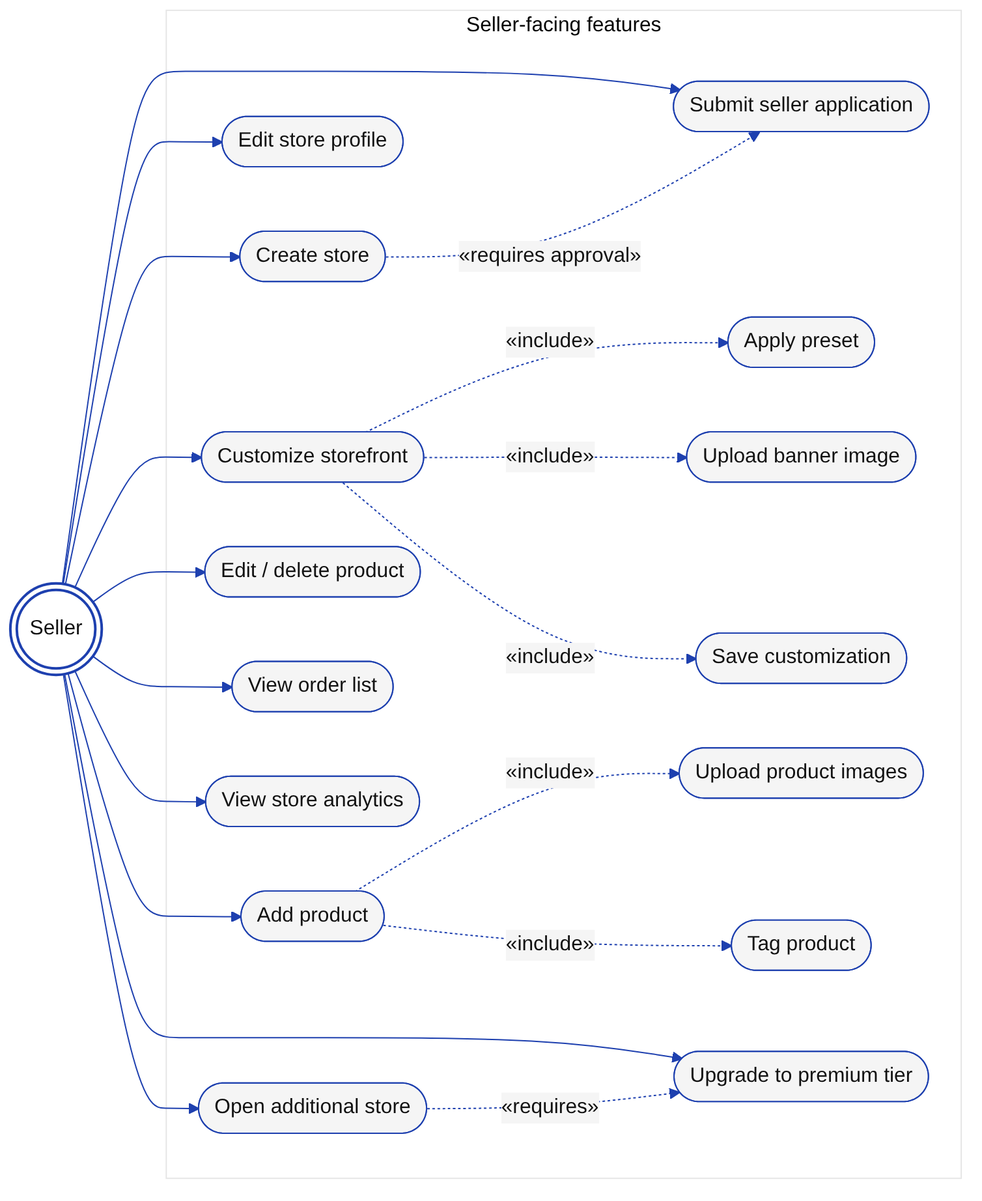
This is images/uc-seller.png from NadimJebali/Pfe-rapport, a Mermaid export, as it was before one commit. Its source is kept beside it as diagrams/uc-seller.mmd.
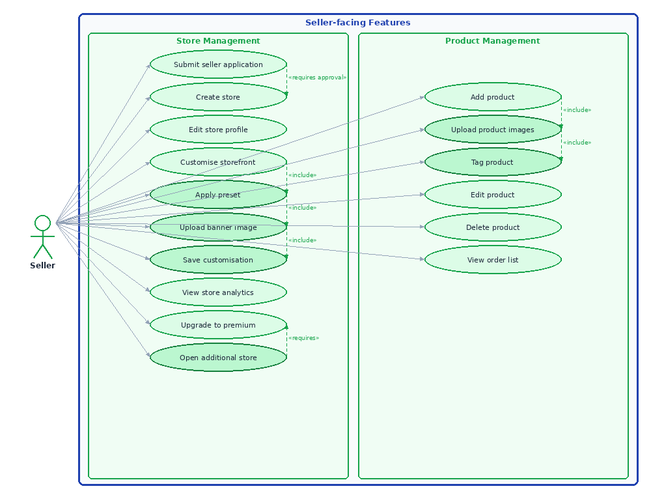
Later version of the same file.

Change to the diagram source:
```diff
@@ -1,16 +1,16 @@
-%%{init: {'theme':'base','themeVariables':{'primaryColor':'#F5F5F5','primaryBorderColor':'#1E40AF','primaryTextColor':'#111111','lineColor':'#1E40AF','fontFamily':'Helvetica'}}}%%
+%%{init: {'theme':'base','themeVariables':{'primaryColor':'#DCFCE7','primaryBorderColor':'#16A34A','primaryTextColor':'#1E293B','lineColor':'#475569','fontFamily':'Helvetica','fontSize':'13px'}}}%%
 flowchart LR
-    S(((Seller)))
+    S((("Seller")))
 
-    subgraph SYS[Seller-facing features]
-      direction LR
+    subgraph SYS["Seller-facing Features"]
+      direction TB
       UC1(["Submit seller application"])
       UC2(["Create store"])
       UC3(["Edit store profile"])
-      UC4(["Customize storefront"])
+      UC4(["Customise storefront"])
       UC4a(["Apply preset"])
       UC4b(["Upload banner image"])
-      UC4c(["Save customization"])
+      UC4c(["Save customisation"])
       UC5(["Add product"])
       UC6(["Upload product images"])
       UC7(["Tag product"])
@@ -33,12 +33,17 @@
     S --> UC12
 
     UC2  -. "«requires approval»" .-> UC1
-    UC4  -. "«include»"            .-> UC4a
-    UC4  -. "«include»"            .-> UC4b
-    UC4  -. "«include»"            .-> UC4c
-    UC5  -. "«include»"            .-> UC6
-    UC5  -. "«include»"            .-> UC7
-    UC12 -. "«requires»"           .-> UC11
+    UC4  -. "«include»" .-> UC4a
+    UC4  -. "«include»" .-> UC4b
+    UC4  -. "«include»" .-> UC4c
+    UC5  -. "«include»" .-> UC6
+    UC5  -. "«include»" .-> UC7
+    UC12 -. "«requires»" .-> UC11
 
-    classDef actor fill:#FFFFFF,stroke:#1E40AF,stroke-width:2px;
-    class S actor;
+    classDef actor fill:#FFFFFF,stroke:#16A34A,stroke-width:2.5px,color:#1E293B
+    classDef uc    fill:#DCFCE7,stroke:#16A34A,stroke-width:2px,color:#1E293B
+    classDef sub   fill:#BBF7D0,stroke:#15803D,stroke-width:2px,color:#1E293B
+
+    class S actor
+    class UC1,UC2,UC3,UC4,UC5,UC8,UC9,UC10,UC11,UC12 uc
+    class UC4a,UC4b,UC4c,UC6,UC7 sub
```
